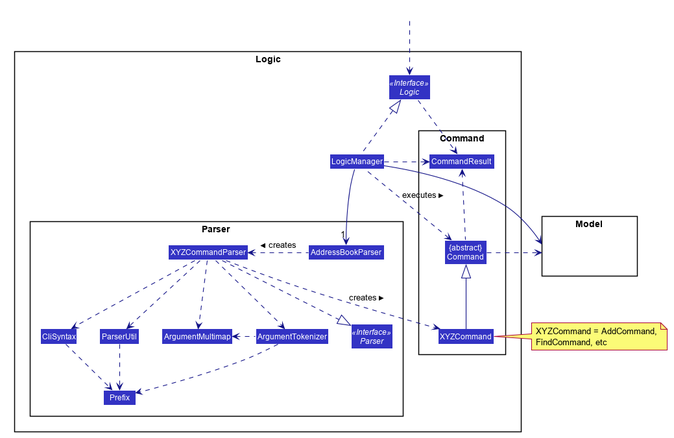
nus-cs2103-AY1920S2/addressbook-level3 keeps this PlantUML diagram as docs/images/LogicClassDiagram.png. Above is the earlier version.
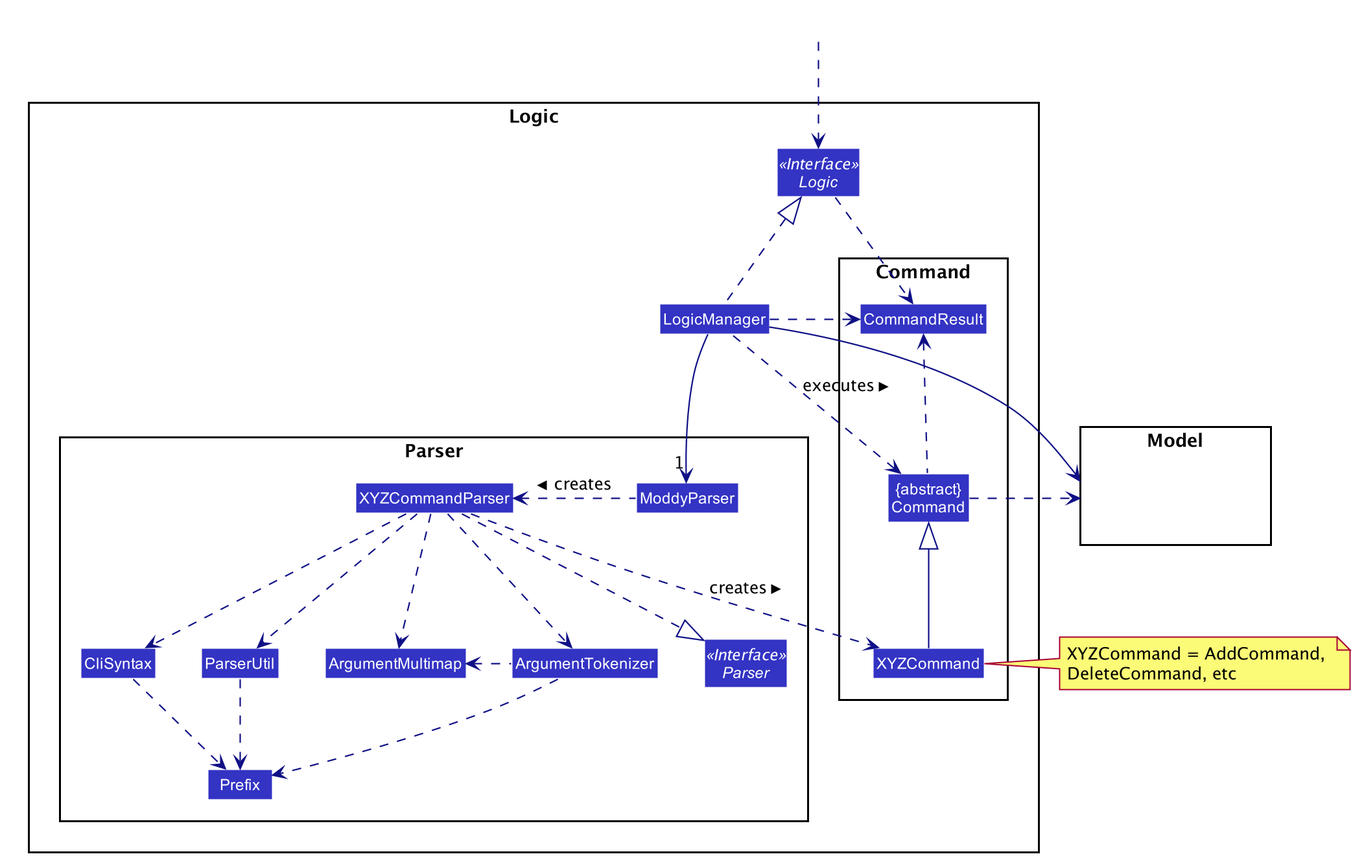
The same diagram one commit later.

Commit message:
logic component

The edit, as a diff of the source:
```diff
@@ -55,7 +55,7 @@
 
 package Parser {
 Interface Parser <<Interface>>
-Class AddressBookParser
+Class ModdyParser
 Class XYZCommandParser
 Class CliSyntax
 Class ParserUtil
@@ -82,8 +82,8 @@
 HiddenOutside ..> Logic
 
 LogicManager .up.|> Logic
-LogicManager -->"1" AddressBookParser
-AddressBookParser .left.> XYZCommandParser: creates >
+LogicManager -->"1" ModdyParser
+ModdyParser .left.> XYZCommandParser: creates >
 
 XYZCommandParser ..> XYZCommand : creates >
 XYZCommandParser ..|> Parser
@@ -100,7 +100,7 @@
 
 LogicManager --> Model
 Command .right.> Model
-note right of XYZCommand: XYZCommand = AddCommand, \nFindCommand, etc
+note right of XYZCommand: XYZCommand = AddCommand, \nDeleteCommand, etc
 
 Logic ..> CommandResult
 LogicManager .down.> CommandResult
```
